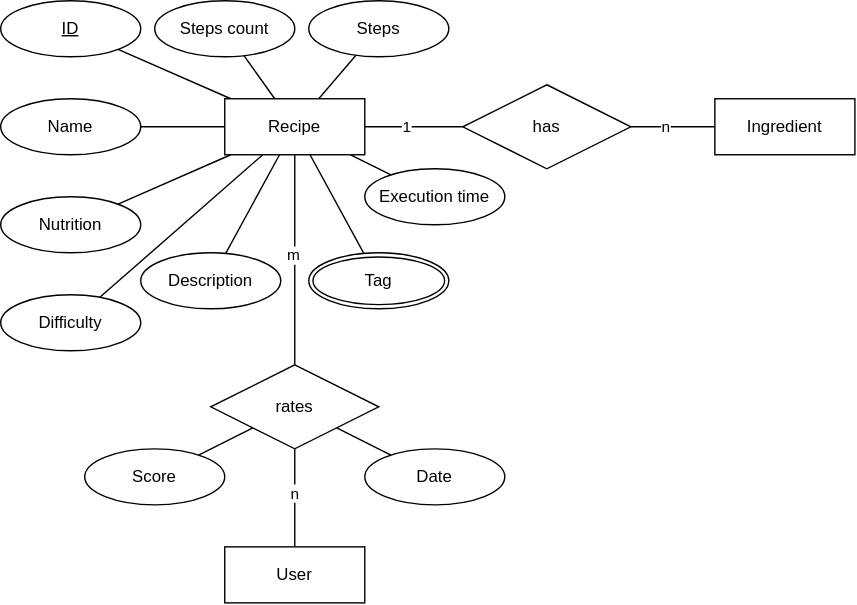
Earlier version of the draw.io export files/Εννοιολογικό μοντέλο.svg (Steliostyl/Big_Data_Project_2023). Source tidied: cells renumbered, new cells last; positions are measured from the earlier drawing's top-left corner, leaving out a move shared by most shapes.
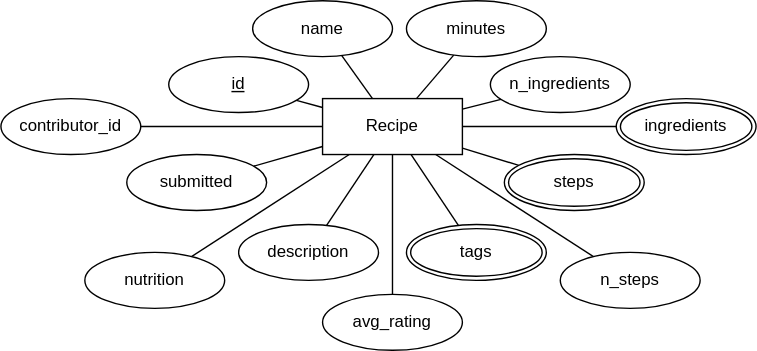
Above is the later version.

Commit message:
Added create tables & updated diagrams

Diff of the diagram source:
```diff
@@ -2,14 +2,6 @@
   <root>
     <mxCell id="0" />
     <mxCell id="1" parent="0" />
-    <mxCell id="2" style="edgeStyle=orthogonalEdgeStyle;rounded=0;jettySize=auto;html=1;endArrow=none;endFill=0;" parent="1" edge="1" source="13" target="17">
-      <mxGeometry relative="1" as="geometry" />
-    </mxCell>
-    <mxCell id="3" value="1" style="edgeLabel;html=1;align=center;verticalAlign=middle;" parent="2" vertex="1">
-      <mxGeometry x="-0.14" y="1" relative="1" as="geometry">
-        <mxPoint y="1" as="offset" />
-      </mxGeometry>
-    </mxCell>
     <mxCell id="4" style="rounded=0;jettySize=auto;html=1;endArrow=none;endFill=0;" parent="1" edge="1" source="13" target="18">
       <mxGeometry relative="1" as="geometry" />
     </mxCell>
@@ -31,83 +23,65 @@
     <mxCell id="10" style="rounded=0;jettySize=auto;html=1;endArrow=none;endFill=0;" parent="1" edge="1" source="13" target="24">
       <mxGeometry relative="1" as="geometry" />
     </mxCell>
-    <mxCell id="11" style="rounded=0;jettySize=auto;html=1;endArrow=none;endFill=0;" parent="1" edge="1" source="13" target="29">
-      <mxGeometry relative="1" as="geometry" />
-    </mxCell>
-    <mxCell id="12" value="m" style="edgeLabel;html=1;align=center;verticalAlign=middle;" parent="11" vertex="1">
-      <mxGeometry x="-0.04" y="-1" relative="1" as="geometry" />
-    </mxCell>
+    <mxCell id="37" style="rounded=0;jettySize=auto;html=1;endArrow=none;endFill=0;" parent="1" edge="1" source="13" target="40">
+      <mxGeometry relative="1" as="geometry" />
+    </mxCell>
     <mxCell id="13" value="Recipe" style="whiteSpace=wrap;html=1;align=center;" parent="1" vertex="1">
-      <mxGeometry x="160" y="70" width="100" height="40" as="geometry" />
+      <mxGeometry x="250" y="70" width="100" height="40" as="geometry" />
     </mxCell>
-    <mxCell id="14" value="Ingredient" style="whiteSpace=wrap;html=1;align=center;" parent="1" vertex="1">
-      <mxGeometry x="510" y="70" width="100" height="40" as="geometry" />
-    </mxCell>
-    <mxCell id="15" style="edgeStyle=orthogonalEdgeStyle;rounded=0;jettySize=auto;html=1;endArrow=none;endFill=0;" parent="1" edge="1" source="17" target="14">
-      <mxGeometry relative="1" as="geometry" />
-    </mxCell>
-    <mxCell id="16" value="n" style="edgeLabel;html=1;align=center;verticalAlign=middle;" parent="15" vertex="1">
-      <mxGeometry x="-0.17" relative="1" as="geometry" />
-    </mxCell>
-    <mxCell id="17" value="has" style="shape=rhombus;perimeter=rhombusPerimeter;whiteSpace=wrap;html=1;align=center;" parent="1" vertex="1">
-      <mxGeometry x="330" y="60" width="120" height="60" as="geometry" />
-    </mxCell>
-    <mxCell id="18" value="ID" style="ellipse;whiteSpace=wrap;html=1;align=center;fontStyle=4;" parent="1" vertex="1">
-      <mxGeometry width="100" height="40" as="geometry" />
+    <mxCell id="18" value="id" style="ellipse;whiteSpace=wrap;html=1;align=center;fontStyle=4;" parent="1" vertex="1">
+      <mxGeometry x="140" y="40" width="100" height="40" as="geometry" />
     </mxCell>
-    <mxCell id="19" value="Name" style="ellipse;whiteSpace=wrap;html=1;align=center;" parent="1" vertex="1">
-      <mxGeometry y="70" width="100" height="40" as="geometry" />
+    <mxCell id="19" value="contributor_id" style="ellipse;whiteSpace=wrap;html=1;align=center;" parent="1" vertex="1">
+      <mxGeometry x="20" y="70" width="100" height="40" as="geometry" />
     </mxCell>
-    <mxCell id="20" value="Steps count" style="ellipse;whiteSpace=wrap;html=1;align=center;" parent="1" vertex="1">
-      <mxGeometry x="110" width="100" height="40" as="geometry" />
+    <mxCell id="20" value="name" style="ellipse;whiteSpace=wrap;html=1;align=center;" parent="1" vertex="1">
+      <mxGeometry x="200" width="100" height="40" as="geometry" />
     </mxCell>
-    <mxCell id="21" value="Steps" style="ellipse;whiteSpace=wrap;html=1;align=center;" parent="1" vertex="1">
-      <mxGeometry x="220" width="100" height="40" as="geometry" />
+    <mxCell id="21" value="minutes" style="ellipse;whiteSpace=wrap;html=1;align=center;" parent="1" vertex="1">
+      <mxGeometry x="310" width="100" height="40" as="geometry" />
     </mxCell>
-    <mxCell id="22" value="Nutrition" style="ellipse;whiteSpace=wrap;html=1;align=center;" parent="1" vertex="1">
-      <mxGeometry y="140" width="100" height="40" as="geometry" />
+    <mxCell id="22" value="submitted" style="ellipse;whiteSpace=wrap;html=1;align=center;" parent="1" vertex="1">
+      <mxGeometry x="110" y="110" width="100" height="40" as="geometry" />
     </mxCell>
-    <mxCell id="23" value="Execution time" style="ellipse;whiteSpace=wrap;html=1;align=center;" parent="1" vertex="1">
-      <mxGeometry x="260" y="120" width="100" height="40" as="geometry" />
+    <mxCell id="23" value="n_steps" style="ellipse;whiteSpace=wrap;html=1;align=center;" parent="1" vertex="1">
+      <mxGeometry x="420" y="180" width="100" height="40" as="geometry" />
     </mxCell>
-    <mxCell id="24" value="Difficulty" style="ellipse;whiteSpace=wrap;html=1;align=center;" parent="1" vertex="1">
-      <mxGeometry y="210" width="100" height="40" as="geometry" />
+    <mxCell id="24" value="nutrition" style="ellipse;whiteSpace=wrap;html=1;align=center;" parent="1" vertex="1">
+      <mxGeometry x="80" y="180" width="100" height="40" as="geometry" />
     </mxCell>
-    <mxCell id="25" value="User" style="whiteSpace=wrap;html=1;align=center;" parent="1" vertex="1">
-      <mxGeometry x="160" y="390" width="100" height="40" as="geometry" />
-    </mxCell>
-    <mxCell id="26" style="rounded=0;jettySize=auto;html=1;endArrow=none;endFill=0;" parent="1" edge="1" source="29" target="25">
-      <mxGeometry relative="1" as="geometry" />
-    </mxCell>
-    <mxCell id="27" value="n" style="edgeLabel;html=1;align=center;verticalAlign=middle;" parent="26" vertex="1">
-      <mxGeometry x="-0.08" relative="1" as="geometry" />
-    </mxCell>
-    <mxCell id="28" style="rounded=0;jettySize=auto;html=1;endArrow=none;endFill=0;" parent="1" edge="1" source="29" target="30">
-      <mxGeometry relative="1" as="geometry" />
-    </mxCell>
-    <mxCell id="29" value="rates" style="shape=rhombus;perimeter=rhombusPerimeter;whiteSpace=wrap;html=1;align=center;" parent="1" vertex="1">
-      <mxGeometry x="150" y="260" width="120" height="60" as="geometry" />
-    </mxCell>
-    <mxCell id="30" value="Score" style="ellipse;whiteSpace=wrap;html=1;align=center;" parent="1" vertex="1">
-      <mxGeometry x="60" y="320" width="100" height="40" as="geometry" />
-    </mxCell>
-    <mxCell id="31" value="Date" style="ellipse;whiteSpace=wrap;html=1;align=center;" parent="1" vertex="1">
-      <mxGeometry x="260" y="320" width="100" height="40" as="geometry" />
-    </mxCell>
-    <mxCell id="32" style="rounded=0;jettySize=auto;html=1;endArrow=none;endFill=0;" parent="1" edge="1" source="29" target="31">
-      <mxGeometry relative="1" as="geometry" />
-    </mxCell>
     <mxCell id="33" style="rounded=0;jettySize=auto;html=1;endArrow=none;endFill=0;" parent="1" edge="1" source="13" target="34">
       <mxGeometry relative="1" as="geometry" />
     </mxCell>
-    <mxCell id="34" value="Tag" style="ellipse;shape=doubleEllipse;margin=3;whiteSpace=wrap;html=1;align=center;" parent="1" vertex="1">
-      <mxGeometry x="220" y="180" width="100" height="40" as="geometry" />
+    <mxCell id="34" value="tags" style="ellipse;shape=doubleEllipse;margin=3;whiteSpace=wrap;html=1;align=center;" parent="1" vertex="1">
+      <mxGeometry x="310" y="160" width="100" height="40" as="geometry" />
     </mxCell>
     <mxCell id="35" style="rounded=0;jettySize=auto;html=1;endArrow=none;endFill=0;" parent="1" edge="1" source="13" target="36">
       <mxGeometry relative="1" as="geometry" />
     </mxCell>
-    <mxCell id="36" value="Description" style="ellipse;whiteSpace=wrap;html=1;align=center;" parent="1" vertex="1">
-      <mxGeometry x="100" y="180" width="100" height="40" as="geometry" />
+    <mxCell id="36" value="description" style="ellipse;whiteSpace=wrap;html=1;align=center;" parent="1" vertex="1">
+      <mxGeometry x="190" y="160" width="100" height="40" as="geometry" />
     </mxCell>
+    <mxCell id="38" value="n_ingredients" style="ellipse;whiteSpace=wrap;html=1;align=center;" parent="1" vertex="1">
+      <mxGeometry x="370" y="40" width="100" height="40" as="geometry" />
+    </mxCell>
+    <mxCell id="39" style="rounded=0;jettySize=auto;html=1;endArrow=none;endFill=0;" parent="1" edge="1" source="13" target="38">
+      <mxGeometry relative="1" as="geometry" />
+    </mxCell>
+    <mxCell id="40" value="steps" style="ellipse;shape=doubleEllipse;margin=3;whiteSpace=wrap;html=1;align=center;" parent="1" vertex="1">
+      <mxGeometry x="380" y="110" width="100" height="40" as="geometry" />
+    </mxCell>
+    <mxCell id="41" value="ingredients" style="ellipse;shape=doubleEllipse;margin=3;whiteSpace=wrap;html=1;align=center;" parent="1" vertex="1">
+      <mxGeometry x="460" y="70" width="100" height="40" as="geometry" />
+    </mxCell>
+    <mxCell id="42" style="rounded=0;jettySize=auto;html=1;endArrow=none;endFill=0;" parent="1" edge="1" source="13" target="41">
+      <mxGeometry relative="1" as="geometry" />
+    </mxCell>
+    <mxCell id="43" value="avg_rating" style="ellipse;whiteSpace=wrap;html=1;align=center;" parent="1" vertex="1">
+      <mxGeometry x="250" y="210" width="100" height="40" as="geometry" />
+    </mxCell>
+    <mxCell id="44" style="rounded=0;jettySize=auto;html=1;endArrow=none;endFill=0;" parent="1" edge="1" source="13" target="43">
+      <mxGeometry relative="1" as="geometry" />
+    </mxCell>
   </root>
 </mxGraphModel>
```
